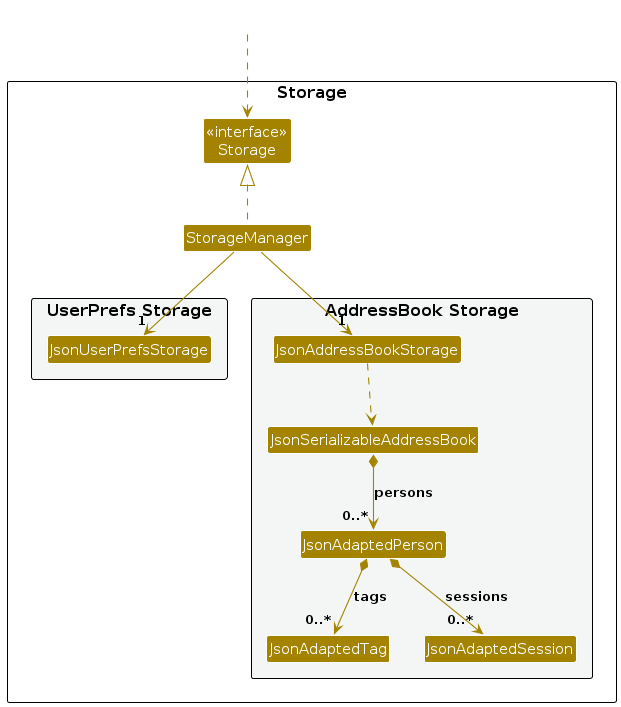
Before: diagrams/StorageClassDiagram.png, a diagram exported from PlantUML (AY2627S1-CS2103T-T15-1/tp). Its source is kept beside it as diagrams/StorageClassDiagram.puml.
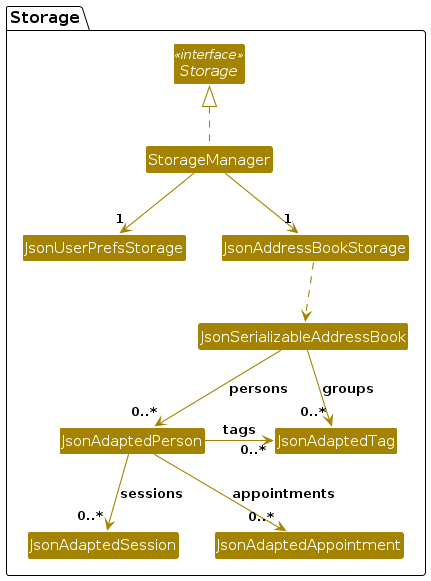
Later version of the same file.

Change to the diagram source:
```diff
@@ -3,36 +3,31 @@
 skinparam arrowThickness 1.1
 skinparam arrowColor STORAGE_COLOR
 skinparam classBackgroundColor STORAGE_COLOR
+skinparam packageStyle Folder
 
 package Storage as StoragePackage {
 
-Class "<<interface>>\nStorage" as Storage
+interface Storage <<interface>>
 Class StorageManager
 
-package "UserPrefs Storage" #F4F6F6{
 Class JsonUserPrefsStorage
-}
-
-package "AddressBook Storage" #F4F6F6{
 Class JsonAddressBookStorage
 Class JsonSerializableAddressBook
 Class JsonAdaptedPerson
 Class JsonAdaptedTag
 Class JsonAdaptedSession
+Class JsonAdaptedAppointment
 }
-
-}
-
-Class HiddenOutside #FFFFFF
-HiddenOutside ..> Storage
 
 StorageManager .up.|> Storage
 StorageManager -down-> "1" JsonUserPrefsStorage
 StorageManager -down-> "1" JsonAddressBookStorage
 
 JsonAddressBookStorage ..> JsonSerializableAddressBook
-JsonSerializableAddressBook *--> "0..*" JsonAdaptedPerson : persons
-JsonAdaptedPerson *--> "0..*" JsonAdaptedTag : tags
-JsonAdaptedPerson *--> "0..*" JsonAdaptedSession : sessions
+JsonSerializableAddressBook --> "0..*" JsonAdaptedPerson : persons
+JsonSerializableAddressBook --> "0..*" JsonAdaptedTag : groups
+JsonAdaptedPerson -right-> "0..*" JsonAdaptedTag : tags
+JsonAdaptedPerson --> "0..*" JsonAdaptedSession : sessions
+JsonAdaptedPerson --> "0..*" JsonAdaptedAppointment : appointments
 
 @enduml
```
